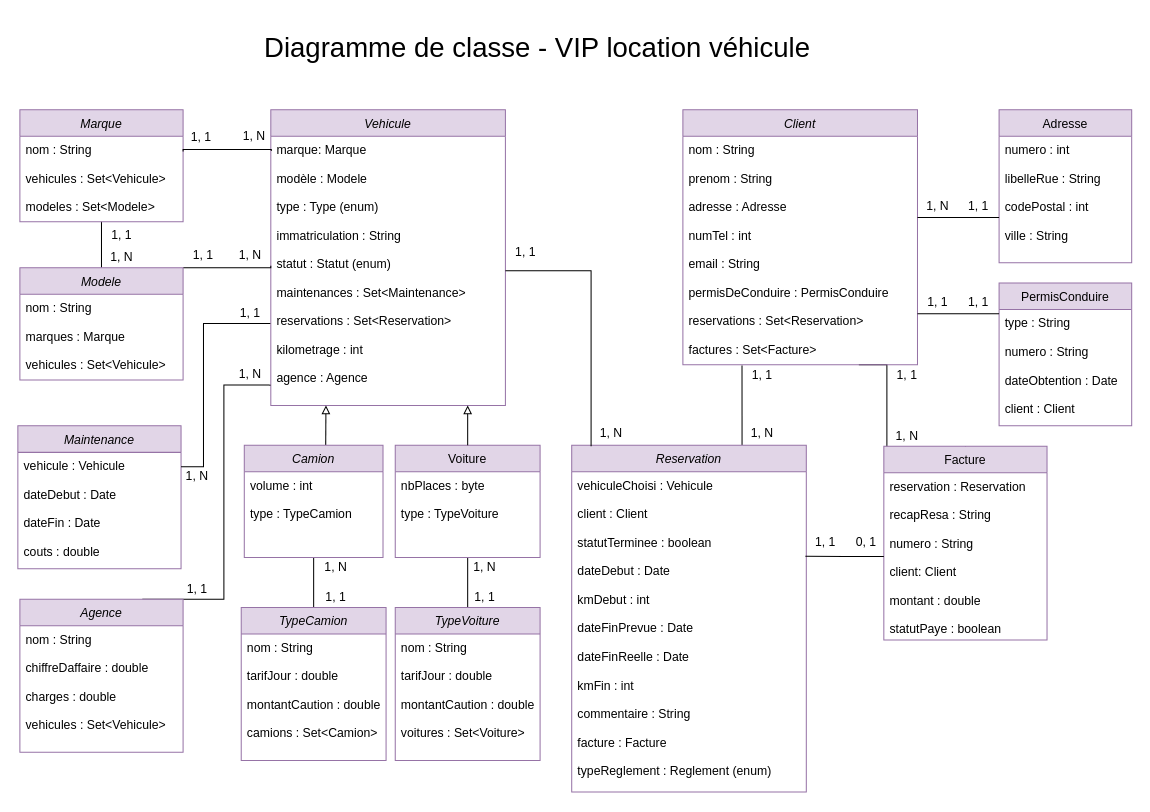
Above: src/main/resources/uml/VIP_location_vehicule.drawio in EtienneU/SocleSwing (draw.io), before the change. Source tidied: cells renumbered, new cells numbered last; positions are measured from the earlier drawing's top-left corner, leaving out a move shared by most shapes. Both pictures are drawn from the tidied source at 102%, with x=0, y=0 at pixel (17, 17).
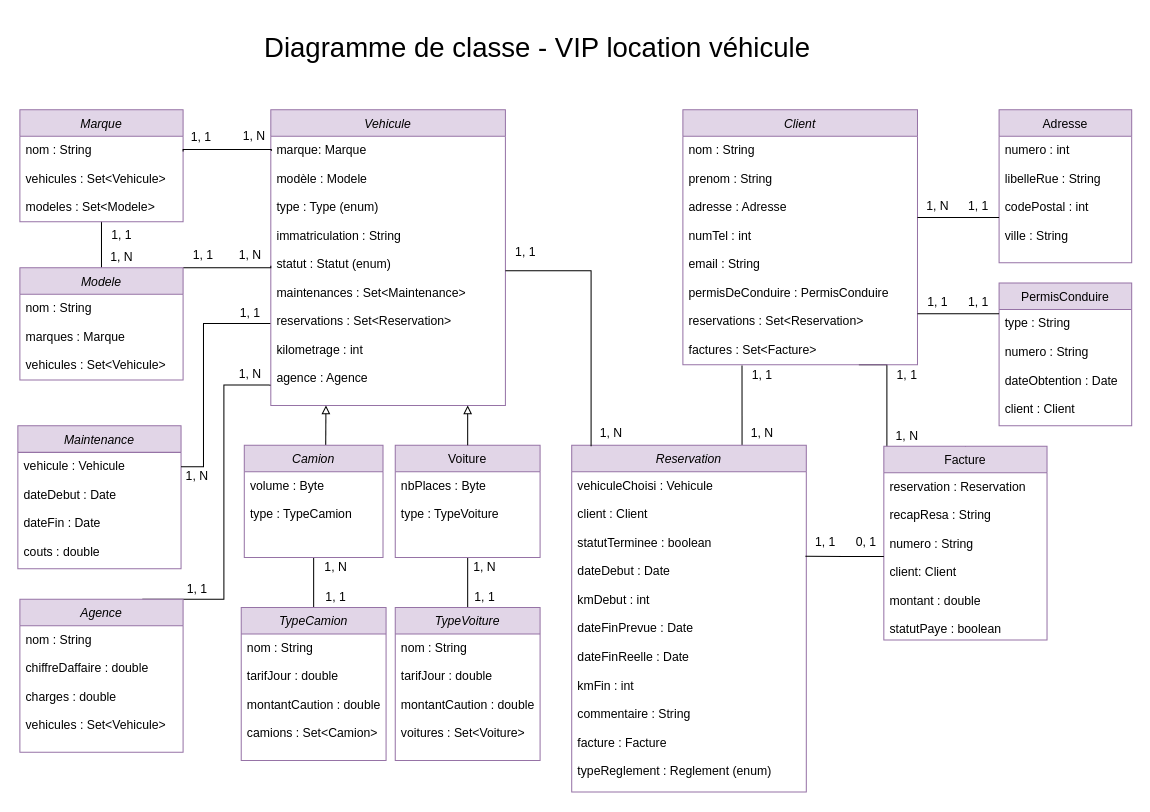
The same diagram, later.

The change refers to these unchanged cells:
```xml
<mxCell id="5" value="Voiture&#10;" style="swimlane;fontStyle=0;align=center;verticalAlign=top;horizontal=1;startSize=26;rounded=0;shadow=0;strokeWidth=1;fillColor=#e1d5e7;strokeColor=#9673a6;" parent="1" vertex="1">
  <mxGeometry x="370" y="419" width="142" height="110" as="geometry" />
</mxCell>
<mxCell id="13" value="Camion&#10;" style="swimlane;fontStyle=2;align=center;verticalAlign=top;horizontal=1;startSize=26;rounded=0;shadow=0;strokeWidth=1;fillColor=#e1d5e7;strokeColor=#9673a6;" parent="1" vertex="1">
  <mxGeometry x="222" y="419" width="136" height="110" as="geometry" />
</mxCell>
```

Change to the diagram source:
```diff
@@
-    <mxCell id="6" value="nbPlaces : byte&#10;&#10;type : TypeVoiture" style="text;align=left;verticalAlign=top;spacingLeft=4;spacingRight=4;overflow=hidden;" parent="5" vertex="1">
+    <mxCell id="6" value="nbPlaces : Byte&#10;&#10;type : TypeVoiture" style="text;align=left;verticalAlign=top;spacingLeft=4;spacingRight=4;overflow=hidden;" parent="5" vertex="1">
       <mxGeometry y="26" width="142" height="84" as="geometry" />
     </mxCell>
@@
-    <mxCell id="14" value="volume : int&#10;&#10;type : TypeCamion" style="text;align=left;verticalAlign=top;spacingLeft=4;spacingRight=4;overflow=hidden;" parent="13" vertex="1">
+    <mxCell id="14" value="volume : Byte&#10;&#10;type : TypeCamion" style="text;align=left;verticalAlign=top;spacingLeft=4;spacingRight=4;overflow=hidden;" parent="13" vertex="1">
       <mxGeometry y="26" width="136" height="84" as="geometry" />
     </mxCell>
```
